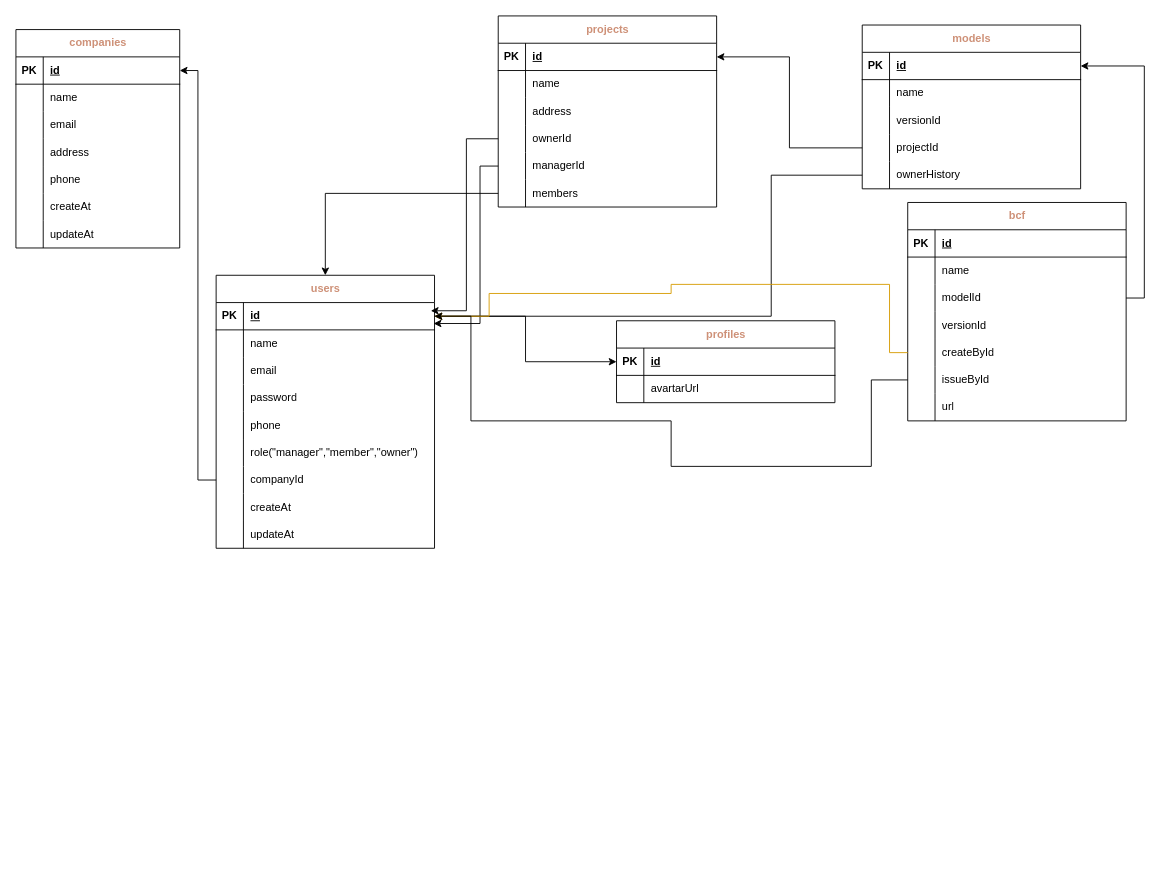
Earlier version of the draw.io diagram server-tiles/db.drawio (RyugaRyuzaki/BIM-CDE). Source tidied: cells renumbered, new cells numbered last; positions are measured from the earlier drawing's top-left corner, leaving out a move shared by most shapes. Both pictures are drawn from the tidied source at 91%, with x=0, y=0 at pixel (15, 15).
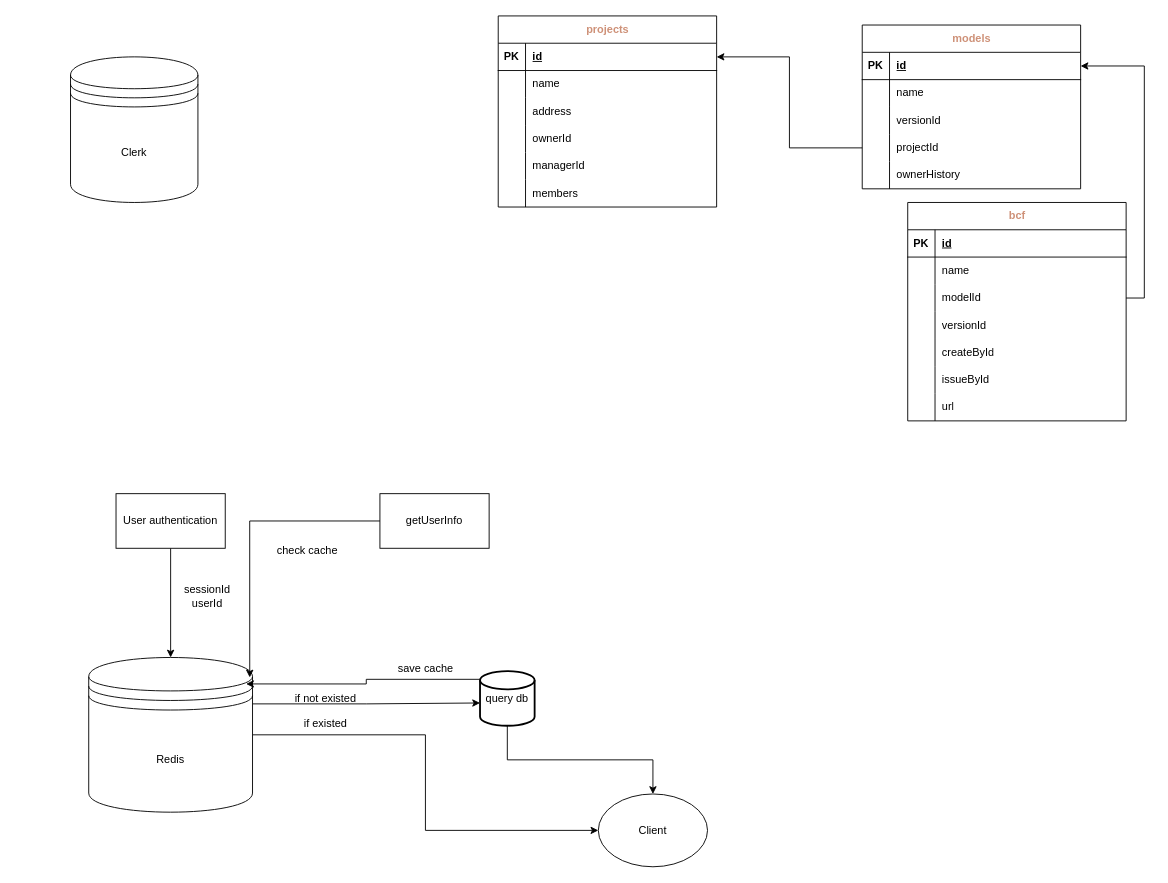
The same diagram, later.

Unchanged cells that the change refers to:
```xml
<mxCell id="69" style="shape=tableRow;horizontal=0;startSize=0;swimlaneHead=0;swimlaneBody=0;fillColor=none;points=[[0,0.5],[1,0.5]];portConstraint=eastwest;top=0;left=0;right=0;bottom=0;" parent="59" vertex="1">
  <mxGeometry y="120" width="240" height="30" as="geometry" />
</mxCell>
<mxCell id="72" style="shape=tableRow;horizontal=0;startSize=0;swimlaneHead=0;swimlaneBody=0;fillColor=none;points=[[0,0.5],[1,0.5]];portConstraint=eastwest;top=0;left=0;right=0;bottom=0;" parent="59" vertex="1">
  <mxGeometry y="150" width="240" height="30" as="geometry" />
</mxCell>
<mxCell id="75" style="shape=tableRow;horizontal=0;startSize=0;swimlaneHead=0;swimlaneBody=0;fillColor=none;points=[[0,0.5],[1,0.5]];portConstraint=eastwest;top=0;left=0;right=0;bottom=0;" parent="59" vertex="1">
  <mxGeometry y="180" width="240" height="30" as="geometry" />
</mxCell>
<mxCell id="91" style="shape=tableRow;horizontal=0;startSize=0;swimlaneHead=0;swimlaneBody=0;fillColor=none;points=[[0,0.5],[1,0.5]];portConstraint=eastwest;top=0;left=0;right=0;bottom=0;" parent="78" vertex="1">
  <mxGeometry y="150" width="240" height="30" as="geometry" />
</mxCell>
<mxCell id="107" style="shape=tableRow;horizontal=0;startSize=0;swimlaneHead=0;swimlaneBody=0;fillColor=none;points=[[0,0.5],[1,0.5]];portConstraint=eastwest;top=0;left=0;right=0;bottom=0;" parent="94" vertex="1">
  <mxGeometry y="150" width="240" height="30" as="geometry" />
</mxCell>
<mxCell id="110" style="shape=tableRow;horizontal=0;startSize=0;swimlaneHead=0;swimlaneBody=0;fillColor=none;points=[[0,0.5],[1,0.5]];portConstraint=eastwest;top=0;left=0;right=0;bottom=0;" parent="94" vertex="1">
  <mxGeometry y="180" width="240" height="30" as="geometry" />
</mxCell>
```

Change to the diagram source:
```diff
@@
-    <mxCell id="2" value="&lt;font color=&quot;#ce9178&quot;&gt;companies&lt;/font&gt;" style="shape=table;startSize=30;childLayout=tableLayout;rowLines=0;fontStyle=1;align=center;html=1;" parent="1" vertex="1">
-      <mxGeometry y="15" width="180" height="240" as="geometry" />
-    </mxCell>
-    <mxCell id="3" style="shape=tableRow;horizontal=0;startSize=0;swimlaneHead=0;swimlaneBody=0;fillColor=none;points=[[0,0.5],[1,0.5]];portConstraint=eastwest;top=0;left=0;right=0;bottom=1;" parent="2" vertex="1">
-      <mxGeometry y="30" width="180" height="30" as="geometry" />
-    </mxCell>
-    <mxCell id="4" value="PK" style="shape=partialRectangle;fillColor=none;top=0;left=0;bottom=0;right=0;fontStyle=1;overflow=hidden;whiteSpace=wrap;html=1;" parent="3" vertex="1">
-      <mxGeometry width="30" height="30" as="geometry" />
-    </mxCell>
-    <mxCell id="5" value="id" style="shape=partialRectangle;fillColor=none;top=0;left=0;bottom=0;right=0;align=left;spacingLeft=6;fontStyle=5;overflow=hidden;whiteSpace=wrap;html=1;" parent="3" vertex="1">
-      <mxGeometry x="30" width="150" height="30" as="geometry" />
-    </mxCell>
-    <mxCell id="6" style="shape=tableRow;horizontal=0;startSize=0;swimlaneHead=0;swimlaneBody=0;fillColor=none;top=0;left=0;right=0;bottom=0;" parent="2" vertex="1">
-      <mxGeometry y="60" width="180" height="30" as="geometry" />
-    </mxCell>
-    <mxCell id="7" style="shape=partialRectangle;fillColor=none;top=0;left=0;bottom=0;right=0;overflow=hidden;whiteSpace=wrap;html=1;" parent="6" vertex="1">
-      <mxGeometry width="30" height="30" as="geometry" />
-    </mxCell>
-    <mxCell id="8" value="name" style="shape=partialRectangle;fillColor=none;top=0;left=0;bottom=0;right=0;align=left;spacingLeft=6;overflow=hidden;whiteSpace=wrap;html=1;" parent="6" vertex="1">
-      <mxGeometry x="30" width="150" height="30" as="geometry" />
-    </mxCell>
-    <mxCell id="9" style="shape=tableRow;horizontal=0;startSize=0;swimlaneHead=0;swimlaneBody=0;fillColor=none;top=0;left=0;right=0;bottom=0;" parent="2" vertex="1">
-      <mxGeometry y="90" width="180" height="30" as="geometry" />
-    </mxCell>
-    <mxCell id="10" style="shape=partialRectangle;fillColor=none;top=0;left=0;bottom=0;right=0;overflow=hidden;whiteSpace=wrap;html=1;" parent="9" vertex="1">
-      <mxGeometry width="30" height="30" as="geometry" />
-    </mxCell>
-    <mxCell id="11" value="email" style="shape=partialRectangle;fillColor=none;top=0;left=0;bottom=0;right=0;align=left;spacingLeft=6;overflow=hidden;whiteSpace=wrap;html=1;" parent="9" vertex="1">
-      <mxGeometry x="30" width="150" height="30" as="geometry" />
-    </mxCell>
-    <mxCell id="12" style="shape=tableRow;horizontal=0;startSize=0;swimlaneHead=0;swimlaneBody=0;fillColor=none;top=0;left=0;right=0;bottom=0;" parent="2" vertex="1">
-      <mxGeometry y="120" width="180" height="30" as="geometry" />
-    </mxCell>
-    <mxCell id="13" style="shape=partialRectangle;fillColor=none;top=0;left=0;bottom=0;right=0;overflow=hidden;whiteSpace=wrap;html=1;" parent="12" vertex="1">
-      <mxGeometry width="30" height="30" as="geometry" />
-    </mxCell>
-    <mxCell id="14" value="address" style="shape=partialRectangle;fillColor=none;top=0;left=0;bottom=0;right=0;align=left;spacingLeft=6;overflow=hidden;whiteSpace=wrap;html=1;" parent="12" vertex="1">
-      <mxGeometry x="30" width="150" height="30" as="geometry" />
-    </mxCell>
-    <mxCell id="15" style="shape=tableRow;horizontal=0;startSize=0;swimlaneHead=0;swimlaneBody=0;fillColor=none;top=0;left=0;right=0;bottom=0;" parent="2" vertex="1">
-      <mxGeometry y="150" width="180" height="30" as="geometry" />
-    </mxCell>
-    <mxCell id="16" style="shape=partialRectangle;fillColor=none;top=0;left=0;bottom=0;right=0;overflow=hidden;whiteSpace=wrap;html=1;" parent="15" vertex="1">
-      <mxGeometry width="30" height="30" as="geometry" />
-    </mxCell>
-    <mxCell id="17" value="phone" style="shape=partialRectangle;fillColor=none;top=0;left=0;bottom=0;right=0;align=left;spacingLeft=6;overflow=hidden;whiteSpace=wrap;html=1;" parent="15" vertex="1">
-      <mxGeometry x="30" width="150" height="30" as="geometry" />
-    </mxCell>
-    <mxCell id="18" style="shape=tableRow;horizontal=0;startSize=0;swimlaneHead=0;swimlaneBody=0;fillColor=none;top=0;left=0;right=0;bottom=0;" parent="2" vertex="1">
-      <mxGeometry y="180" width="180" height="30" as="geometry" />
-    </mxCell>
-    <mxCell id="19" style="shape=partialRectangle;fillColor=none;top=0;left=0;bottom=0;right=0;overflow=hidden;whiteSpace=wrap;html=1;" parent="18" vertex="1">
-      <mxGeometry width="30" height="30" as="geometry" />
-    </mxCell>
-    <mxCell id="20" value="createAt" style="shape=partialRectangle;fillColor=none;top=0;left=0;bottom=0;right=0;align=left;spacingLeft=6;overflow=hidden;whiteSpace=wrap;html=1;" parent="18" vertex="1">
-      <mxGeometry x="30" width="150" height="30" as="geometry" />
-    </mxCell>
-    <mxCell id="21" style="shape=tableRow;horizontal=0;startSize=0;swimlaneHead=0;swimlaneBody=0;fillColor=none;top=0;left=0;right=0;bottom=0;" parent="2" vertex="1">
-      <mxGeometry y="210" width="180" height="30" as="geometry" />
-    </mxCell>
-    <mxCell id="22" style="shape=partialRectangle;fillColor=none;top=0;left=0;bottom=0;right=0;overflow=hidden;whiteSpace=wrap;html=1;" parent="21" vertex="1">
-      <mxGeometry width="30" height="30" as="geometry" />
-    </mxCell>
-    <mxCell id="23" value="updateAt" style="shape=partialRectangle;fillColor=none;top=0;left=0;bottom=0;right=0;align=left;spacingLeft=6;overflow=hidden;whiteSpace=wrap;html=1;" parent="21" vertex="1">
-      <mxGeometry x="30" width="150" height="30" as="geometry" />
-    </mxCell>
-    <mxCell id="24" value="&lt;font color=&quot;#ce9178&quot;&gt;users&lt;/font&gt;" style="shape=table;startSize=30;childLayout=tableLayout;rowLines=0;fontStyle=1;align=center;html=1;" parent="1" vertex="1">
-      <mxGeometry x="220" y="285" width="240" height="300" as="geometry" />
-    </mxCell>
-    <mxCell id="25" style="shape=tableRow;horizontal=0;startSize=0;swimlaneHead=0;swimlaneBody=0;fillColor=none;points=[[0,0.5],[1,0.5]];portConstraint=eastwest;top=0;left=0;right=0;bottom=1;" parent="24" vertex="1">
-      <mxGeometry y="30" width="240" height="30" as="geometry" />
-    </mxCell>
-    <mxCell id="26" value="PK" style="shape=partialRectangle;fillColor=none;top=0;left=0;bottom=0;right=0;fontStyle=1;overflow=hidden;whiteSpace=wrap;html=1;" parent="25" vertex="1">
-      <mxGeometry width="30" height="30" as="geometry" />
-    </mxCell>
-    <mxCell id="27" value="id" style="shape=partialRectangle;fillColor=none;top=0;left=0;bottom=0;right=0;align=left;spacingLeft=6;fontStyle=5;overflow=hidden;whiteSpace=wrap;html=1;" parent="25" vertex="1">
-      <mxGeometry x="30" width="210" height="30" as="geometry" />
-    </mxCell>
-    <mxCell id="28" style="shape=tableRow;horizontal=0;startSize=0;swimlaneHead=0;swimlaneBody=0;fillColor=none;top=0;left=0;right=0;bottom=0;" parent="24" vertex="1">
-      <mxGeometry y="60" width="240" height="30" as="geometry" />
-    </mxCell>
-    <mxCell id="29" style="shape=partialRectangle;fillColor=none;top=0;left=0;bottom=0;right=0;overflow=hidden;whiteSpace=wrap;html=1;" parent="28" vertex="1">
-      <mxGeometry width="30" height="30" as="geometry" />
-    </mxCell>
-    <mxCell id="30" value="name" style="shape=partialRectangle;fillColor=none;top=0;left=0;bottom=0;right=0;align=left;spacingLeft=6;overflow=hidden;whiteSpace=wrap;html=1;" parent="28" vertex="1">
-      <mxGeometry x="30" width="210" height="30" as="geometry" />
-    </mxCell>
-    <mxCell id="31" style="shape=tableRow;horizontal=0;startSize=0;swimlaneHead=0;swimlaneBody=0;fillColor=none;top=0;left=0;right=0;bottom=0;" parent="24" vertex="1">
-      <mxGeometry y="90" width="240" height="30" as="geometry" />
-    </mxCell>
-    <mxCell id="32" style="shape=partialRectangle;fillColor=none;top=0;left=0;bottom=0;right=0;overflow=hidden;whiteSpace=wrap;html=1;" parent="31" vertex="1">
-      <mxGeometry width="30" height="30" as="geometry" />
-    </mxCell>
-    <mxCell id="33" value="email" style="shape=partialRectangle;fillColor=none;top=0;left=0;bottom=0;right=0;align=left;spacingLeft=6;overflow=hidden;whiteSpace=wrap;html=1;" parent="31" vertex="1">
-      <mxGeometry x="30" width="210" height="30" as="geometry" />
-    </mxCell>
-    <mxCell id="34" style="shape=tableRow;horizontal=0;startSize=0;swimlaneHead=0;swimlaneBody=0;fillColor=none;top=0;left=0;right=0;bottom=0;" parent="24" vertex="1">
-      <mxGeometry y="120" width="240" height="30" as="geometry" />
-    </mxCell>
-    <mxCell id="35" style="shape=partialRectangle;fillColor=none;top=0;left=0;bottom=0;right=0;overflow=hidden;whiteSpace=wrap;html=1;" parent="34" vertex="1">
-      <mxGeometry width="30" height="30" as="geometry" />
-    </mxCell>
-    <mxCell id="36" value="password" style="shape=partialRectangle;fillColor=none;top=0;left=0;bottom=0;right=0;align=left;spacingLeft=6;overflow=hidden;whiteSpace=wrap;html=1;" parent="34" vertex="1">
-      <mxGeometry x="30" width="210" height="30" as="geometry" />
-    </mxCell>
-    <mxCell id="37" style="shape=tableRow;horizontal=0;startSize=0;swimlaneHead=0;swimlaneBody=0;fillColor=none;top=0;left=0;right=0;bottom=0;" parent="24" vertex="1">
-      <mxGeometry y="150" width="240" height="30" as="geometry" />
-    </mxCell>
-    <mxCell id="38" style="shape=partialRectangle;fillColor=none;top=0;left=0;bottom=0;right=0;overflow=hidden;whiteSpace=wrap;html=1;" parent="37" vertex="1">
-      <mxGeometry width="30" height="30" as="geometry" />
-    </mxCell>
-    <mxCell id="39" value="phone" style="shape=partialRectangle;fillColor=none;top=0;left=0;bottom=0;right=0;align=left;spacingLeft=6;overflow=hidden;whiteSpace=wrap;html=1;" parent="37" vertex="1">
-      <mxGeometry x="30" width="210" height="30" as="geometry" />
-    </mxCell>
-    <mxCell id="40" style="shape=tableRow;horizontal=0;startSize=0;swimlaneHead=0;swimlaneBody=0;fillColor=none;top=0;left=0;right=0;bottom=0;" parent="24" vertex="1">
-      <mxGeometry y="180" width="240" height="30" as="geometry" />
-    </mxCell>
-    <mxCell id="41" style="shape=partialRectangle;fillColor=none;top=0;left=0;bottom=0;right=0;overflow=hidden;whiteSpace=wrap;html=1;" parent="40" vertex="1">
-      <mxGeometry width="30" height="30" as="geometry" />
-    </mxCell>
-    <mxCell id="42" value="role(&quot;manager&quot;,&quot;member&quot;,&quot;owner&quot;)" style="shape=partialRectangle;fillColor=none;top=0;left=0;bottom=0;right=0;align=left;spacingLeft=6;overflow=hidden;whiteSpace=wrap;html=1;" parent="40" vertex="1">
-      <mxGeometry x="30" width="210" height="30" as="geometry" />
-    </mxCell>
-    <mxCell id="43" style="shape=tableRow;horizontal=0;startSize=0;swimlaneHead=0;swimlaneBody=0;fillColor=none;points=[[0,0.5],[1,0.5]];portConstraint=eastwest;top=0;left=0;right=0;bottom=0;" parent="24" vertex="1">
-      <mxGeometry y="210" width="240" height="30" as="geometry" />
-    </mxCell>
-    <mxCell id="44" style="shape=partialRectangle;fillColor=none;top=0;left=0;bottom=0;right=0;overflow=hidden;whiteSpace=wrap;html=1;" parent="43" vertex="1">
-      <mxGeometry width="30" height="30" as="geometry" />
-    </mxCell>
-    <mxCell id="45" value="companyId" style="shape=partialRectangle;fillColor=none;top=0;left=0;bottom=0;right=0;align=left;spacingLeft=6;overflow=hidden;whiteSpace=wrap;html=1;" parent="43" vertex="1">
-      <mxGeometry x="30" width="210" height="30" as="geometry" />
-    </mxCell>
-    <mxCell id="46" style="shape=tableRow;horizontal=0;startSize=0;swimlaneHead=0;swimlaneBody=0;fillColor=none;top=0;left=0;right=0;bottom=0;" parent="24" vertex="1">
-      <mxGeometry y="240" width="240" height="30" as="geometry" />
-    </mxCell>
-    <mxCell id="47" style="shape=partialRectangle;fillColor=none;top=0;left=0;bottom=0;right=0;overflow=hidden;whiteSpace=wrap;html=1;" parent="46" vertex="1">
-      <mxGeometry width="30" height="30" as="geometry" />
-    </mxCell>
-    <mxCell id="48" value="createAt" style="shape=partialRectangle;fillColor=none;top=0;left=0;bottom=0;right=0;align=left;spacingLeft=6;overflow=hidden;whiteSpace=wrap;html=1;" parent="46" vertex="1">
-      <mxGeometry x="30" width="210" height="30" as="geometry" />
-    </mxCell>
-    <mxCell id="49" style="shape=tableRow;horizontal=0;startSize=0;swimlaneHead=0;swimlaneBody=0;fillColor=none;top=0;left=0;right=0;bottom=0;" parent="24" vertex="1">
-      <mxGeometry y="270" width="240" height="30" as="geometry" />
-    </mxCell>
-    <mxCell id="50" style="shape=partialRectangle;fillColor=none;top=0;left=0;bottom=0;right=0;overflow=hidden;whiteSpace=wrap;html=1;" parent="49" vertex="1">
-      <mxGeometry width="30" height="30" as="geometry" />
-    </mxCell>
-    <mxCell id="51" value="updateAt" style="shape=partialRectangle;fillColor=none;top=0;left=0;bottom=0;right=0;align=left;spacingLeft=6;overflow=hidden;whiteSpace=wrap;html=1;" parent="49" vertex="1">
-      <mxGeometry x="30" width="210" height="30" as="geometry" />
-    </mxCell>
-    <mxCell id="52" value="&lt;font color=&quot;#ce9178&quot;&gt;profiles&lt;/font&gt;" style="shape=table;startSize=30;childLayout=tableLayout;rowLines=0;fontStyle=1;align=center;html=1;" parent="1" vertex="1">
-      <mxGeometry x="660" y="335" width="240" height="90" as="geometry" />
-    </mxCell>
-    <mxCell id="53" style="shape=tableRow;horizontal=0;startSize=0;swimlaneHead=0;swimlaneBody=0;fillColor=none;points=[[0,0.5],[1,0.5]];portConstraint=eastwest;top=0;left=0;right=0;bottom=1;" parent="52" vertex="1">
-      <mxGeometry y="30" width="240" height="30" as="geometry" />
-    </mxCell>
-    <mxCell id="54" value="PK" style="shape=partialRectangle;fillColor=none;top=0;left=0;bottom=0;right=0;fontStyle=1;overflow=hidden;whiteSpace=wrap;html=1;" parent="53" vertex="1">
-      <mxGeometry width="30" height="30" as="geometry" />
-    </mxCell>
-    <mxCell id="55" value="id" style="shape=partialRectangle;fillColor=none;top=0;left=0;bottom=0;right=0;align=left;spacingLeft=6;fontStyle=5;overflow=hidden;whiteSpace=wrap;html=1;" parent="53" vertex="1">
-      <mxGeometry x="30" width="210" height="30" as="geometry" />
-    </mxCell>
-    <mxCell id="56" style="shape=tableRow;horizontal=0;startSize=0;swimlaneHead=0;swimlaneBody=0;fillColor=none;top=0;left=0;right=0;bottom=0;" parent="52" vertex="1">
-      <mxGeometry y="60" width="240" height="30" as="geometry" />
-    </mxCell>
-    <mxCell id="57" style="shape=partialRectangle;fillColor=none;top=0;left=0;bottom=0;right=0;overflow=hidden;whiteSpace=wrap;html=1;" parent="56" vertex="1">
-      <mxGeometry width="30" height="30" as="geometry" />
-    </mxCell>
-    <mxCell id="58" value="avartarUrl" style="shape=partialRectangle;fillColor=none;top=0;left=0;bottom=0;right=0;align=left;spacingLeft=6;overflow=hidden;whiteSpace=wrap;html=1;" parent="56" vertex="1">
-      <mxGeometry x="30" width="210" height="30" as="geometry" />
-    </mxCell>
@@
-    <mxCell id="116" style="edgeStyle=orthogonalEdgeStyle;rounded=0;jettySize=auto;html=1;exitX=1;exitY=0.5;exitDx=0;exitDy=0;entryX=0;entryY=0.5;entryDx=0;entryDy=0;" parent="1" edge="1" source="25" target="53">
-      <mxGeometry relative="1" as="geometry" />
-    </mxCell>
-    <mxCell id="117" style="edgeStyle=orthogonalEdgeStyle;rounded=0;jettySize=auto;html=1;exitX=0;exitY=0.5;exitDx=0;exitDy=0;entryX=1;entryY=0.5;entryDx=0;entryDy=0;" parent="1" edge="1" source="43" target="3">
-      <mxGeometry relative="1" as="geometry" />
-    </mxCell>
-    <mxCell id="118" style="edgeStyle=orthogonalEdgeStyle;rounded=0;jettySize=auto;html=1;exitX=0;exitY=0.5;exitDx=0;exitDy=0;entryX=0.983;entryY=0.3;entryDx=0;entryDy=0;entryPerimeter=0;" parent="1" edge="1" source="69" target="25">
-      <mxGeometry relative="1" as="geometry" />
-    </mxCell>
-    <mxCell id="119" style="edgeStyle=orthogonalEdgeStyle;rounded=0;jettySize=auto;html=1;exitX=0;exitY=0.5;exitDx=0;exitDy=0;entryX=0.996;entryY=0.767;entryDx=0;entryDy=0;entryPerimeter=0;" parent="1" edge="1" source="72" target="25">
-      <mxGeometry relative="1" as="geometry">
-        <Array as="points">
-          <mxPoint x="510" y="165" />
-          <mxPoint x="510" y="338" />
-        </Array>
-      </mxGeometry>
-    </mxCell>
-    <mxCell id="120" style="edgeStyle=orthogonalEdgeStyle;rounded=0;jettySize=auto;html=1;exitX=0;exitY=0.5;exitDx=0;exitDy=0;entryX=0.5;entryY=0;entryDx=0;entryDy=0;" parent="1" edge="1" source="75" target="24">
-      <mxGeometry relative="1" as="geometry" />
-    </mxCell>
@@
-    <mxCell id="122" style="edgeStyle=orthogonalEdgeStyle;rounded=0;jettySize=auto;html=1;exitX=0;exitY=0.5;exitDx=0;exitDy=0;entryX=1;entryY=0.5;entryDx=0;entryDy=0;" parent="1" edge="1" source="91" target="25">
-      <mxGeometry relative="1" as="geometry">
-        <Array as="points">
-          <mxPoint x="830" y="175" />
-          <mxPoint x="830" y="330" />
-        </Array>
-      </mxGeometry>
-    </mxCell>
@@
-    <mxCell id="124" style="edgeStyle=orthogonalEdgeStyle;rounded=0;jettySize=auto;html=1;exitX=0;exitY=0.5;exitDx=0;exitDy=0;entryX=1;entryY=0.5;entryDx=0;entryDy=0;fillColor=#ffe6cc;strokeColor=#d79b00;" parent="1" edge="1" source="107" target="25">
-      <mxGeometry relative="1" as="geometry">
-        <Array as="points">
-          <mxPoint x="960" y="370" />
-          <mxPoint x="960" y="295" />
-          <mxPoint x="720" y="295" />
-          <mxPoint x="720" y="305" />
-          <mxPoint x="520" y="305" />
-          <mxPoint x="520" y="330" />
-        </Array>
-      </mxGeometry>
-    </mxCell>
-    <mxCell id="125" style="edgeStyle=orthogonalEdgeStyle;rounded=0;jettySize=auto;html=1;exitX=0;exitY=0.5;exitDx=0;exitDy=0;entryX=1;entryY=0.5;entryDx=0;entryDy=0;" parent="1" edge="1" source="110" target="25">
-      <mxGeometry relative="1" as="geometry">
-        <Array as="points">
-          <mxPoint x="940" y="400" />
-          <mxPoint x="940" y="495" />
-          <mxPoint x="720" y="495" />
-          <mxPoint x="720" y="445" />
-          <mxPoint x="500" y="445" />
-          <mxPoint x="500" y="330" />
-        </Array>
-      </mxGeometry>
-    </mxCell>
+    <mxCell id="126" value="Clerk" style="shape=datastore;whiteSpace=wrap;html=1;" parent="1" vertex="1">
+      <mxGeometry x="60" y="45" width="140" height="160" as="geometry" />
+    </mxCell>
+    <mxCell id="127" style="edgeStyle=orthogonalEdgeStyle;rounded=0;jettySize=auto;html=1;exitX=1;exitY=0.5;exitDx=0;exitDy=0;" parent="1" edge="1" source="129" target="137">
+      <mxGeometry relative="1" as="geometry" />
+    </mxCell>
+    <mxCell id="128" style="edgeStyle=orthogonalEdgeStyle;rounded=0;jettySize=auto;html=1;exitX=1;exitY=0.3;exitDx=0;exitDy=0;" parent="1" edge="1" source="129">
+      <mxGeometry relative="1" as="geometry">
+        <mxPoint x="510" y="755" as="targetPoint" />
+      </mxGeometry>
+    </mxCell>
+    <mxCell id="129" value="Redis" style="shape=datastore;whiteSpace=wrap;html=1;" parent="1" vertex="1">
+      <mxGeometry x="80" y="705" width="180" height="170" as="geometry" />
+    </mxCell>
+    <mxCell id="130" style="edgeStyle=orthogonalEdgeStyle;rounded=0;jettySize=auto;html=1;exitX=0.5;exitY=1;exitDx=0;exitDy=0;" parent="1" edge="1" source="131" target="129">
+      <mxGeometry relative="1" as="geometry" />
+    </mxCell>
+    <mxCell id="131" value="User authentication" style="rounded=0;whiteSpace=wrap;html=1;" parent="1" vertex="1">
+      <mxGeometry x="110" y="525" width="120" height="60" as="geometry" />
+    </mxCell>
+    <mxCell id="132" value="sessionId&lt;div&gt;userId&lt;/div&gt;" style="text;html=1;align=center;verticalAlign=middle;strokeColor=none;fillColor=none;" parent="1" vertex="1">
+      <mxGeometry x="175" y="618" width="70" height="40" as="geometry" />
+    </mxCell>
+    <mxCell id="133" value="getUserInfo" style="rounded=0;whiteSpace=wrap;html=1;" parent="1" vertex="1">
+      <mxGeometry x="400" y="525" width="120" height="60" as="geometry" />
+    </mxCell>
+    <mxCell id="134" style="edgeStyle=orthogonalEdgeStyle;rounded=0;jettySize=auto;html=1;exitX=0;exitY=0.5;exitDx=0;exitDy=0;entryX=0.983;entryY=0.129;entryDx=0;entryDy=0;entryPerimeter=0;" parent="1" edge="1" source="133" target="129">
+      <mxGeometry relative="1" as="geometry" />
+    </mxCell>
+    <mxCell id="135" value="check cache" style="text;html=1;align=center;verticalAlign=middle;strokeColor=none;fillColor=none;" parent="1" vertex="1">
+      <mxGeometry x="275" y="573" width="90" height="30" as="geometry" />
+    </mxCell>
+    <mxCell id="136" value="if existed" style="text;html=1;align=center;verticalAlign=middle;strokeColor=none;fillColor=none;" parent="1" vertex="1">
+      <mxGeometry x="305" y="763" width="70" height="30" as="geometry" />
+    </mxCell>
+    <mxCell id="137" value="Client" style="ellipse;whiteSpace=wrap;html=1;" parent="1" vertex="1">
+      <mxGeometry x="640" y="855" width="120" height="80" as="geometry" />
+    </mxCell>
+    <mxCell id="138" value="if not existed" style="text;html=1;align=center;verticalAlign=middle;strokeColor=none;fillColor=none;" parent="1" vertex="1">
+      <mxGeometry x="295" y="735" width="90" height="30" as="geometry" />
+    </mxCell>
+    <mxCell id="139" style="edgeStyle=orthogonalEdgeStyle;rounded=0;jettySize=auto;html=1;exitX=0.5;exitY=1;exitDx=0;exitDy=0;exitPerimeter=0;entryX=0.5;entryY=0;entryDx=0;entryDy=0;" parent="1" edge="1" source="140" target="137">
+      <mxGeometry relative="1" as="geometry" />
+    </mxCell>
+    <mxCell id="140" value="query db" style="strokeWidth=2;html=1;shape=mxgraph.flowchart.database;whiteSpace=wrap;" parent="1" vertex="1">
+      <mxGeometry x="510" y="720" width="60" height="60" as="geometry" />
+    </mxCell>
+    <mxCell id="141" style="edgeStyle=orthogonalEdgeStyle;rounded=0;jettySize=auto;html=1;exitX=0;exitY=0.15;exitDx=0;exitDy=0;exitPerimeter=0;entryX=0.961;entryY=0.171;entryDx=0;entryDy=0;entryPerimeter=0;" parent="1" edge="1" source="140" target="129">
+      <mxGeometry relative="1" as="geometry" />
+    </mxCell>
+    <mxCell id="142" value="save cache" style="text;html=1;align=center;verticalAlign=middle;strokeColor=none;fillColor=none;" parent="1" vertex="1">
+      <mxGeometry x="410" y="703" width="80" height="30" as="geometry" />
+    </mxCell>
```
